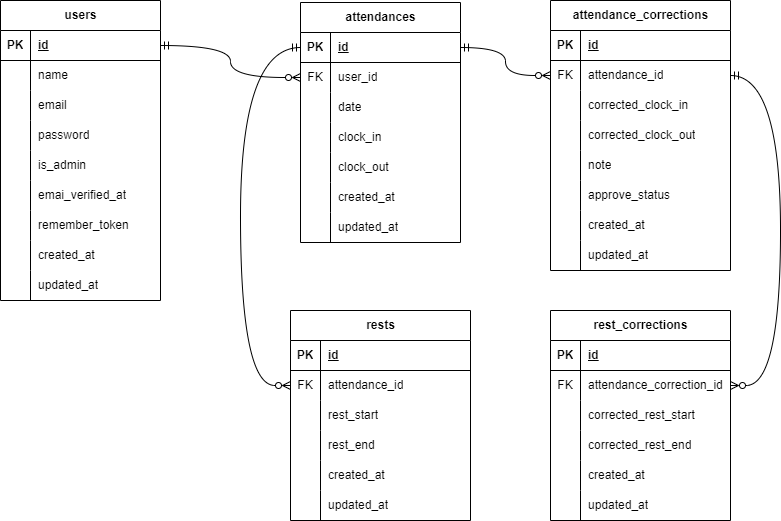
torch29/matsumoto-mogikadai2-attendance keeps this draw.io diagram as ER.png. Above is the earlier version. Source tidied: cells renumbered, new cells last; positions are measured from the earlier drawing's top-left corner, leaving out a move shared by most shapes.
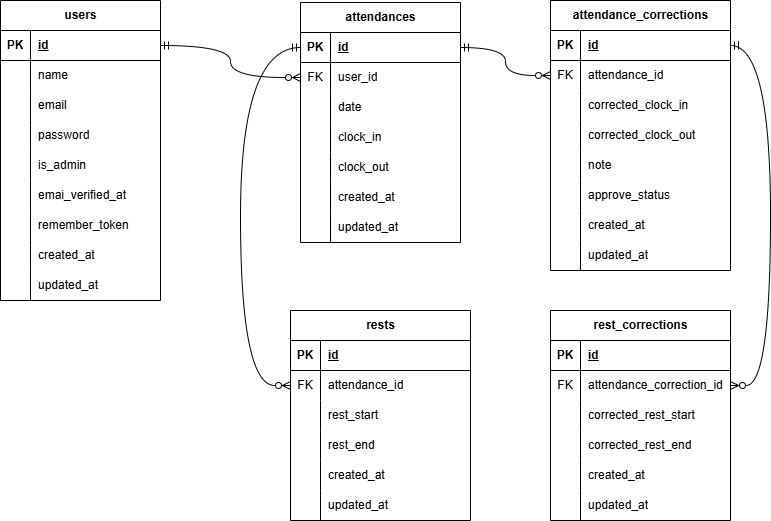
The same file after the commit.

Diff of the diagram source:
```diff
@@ -372,11 +372,11 @@
         </Array>
       </mxGeometry>
     </mxCell>
-    <mxCell id="122" style="edgeStyle=orthogonalEdgeStyle;html=1;exitX=1;exitY=0.5;exitDx=0;exitDy=0;entryX=1;entryY=0.5;entryDx=0;entryDy=0;curved=1;startArrow=ERmandOne;startFill=0;endArrow=ERzeroToMany;endFill=0;" parent="1" edge="1" source="98" target="76">
+    <mxCell id="122" style="edgeStyle=orthogonalEdgeStyle;html=1;exitX=1;exitY=0.5;exitDx=0;exitDy=0;entryX=1;entryY=0.5;entryDx=0;entryDy=0;curved=1;startArrow=ERmandOne;startFill=0;endArrow=ERzeroToMany;endFill=0;" parent="1" edge="1" source="95" target="76">
       <mxGeometry relative="1" as="geometry">
         <Array as="points">
-          <mxPoint x="780" y="75" />
-          <mxPoint x="780" y="385" />
+          <mxPoint x="770" y="45" />
+          <mxPoint x="770" y="385" />
         </Array>
       </mxGeometry>
     </mxCell>
```
